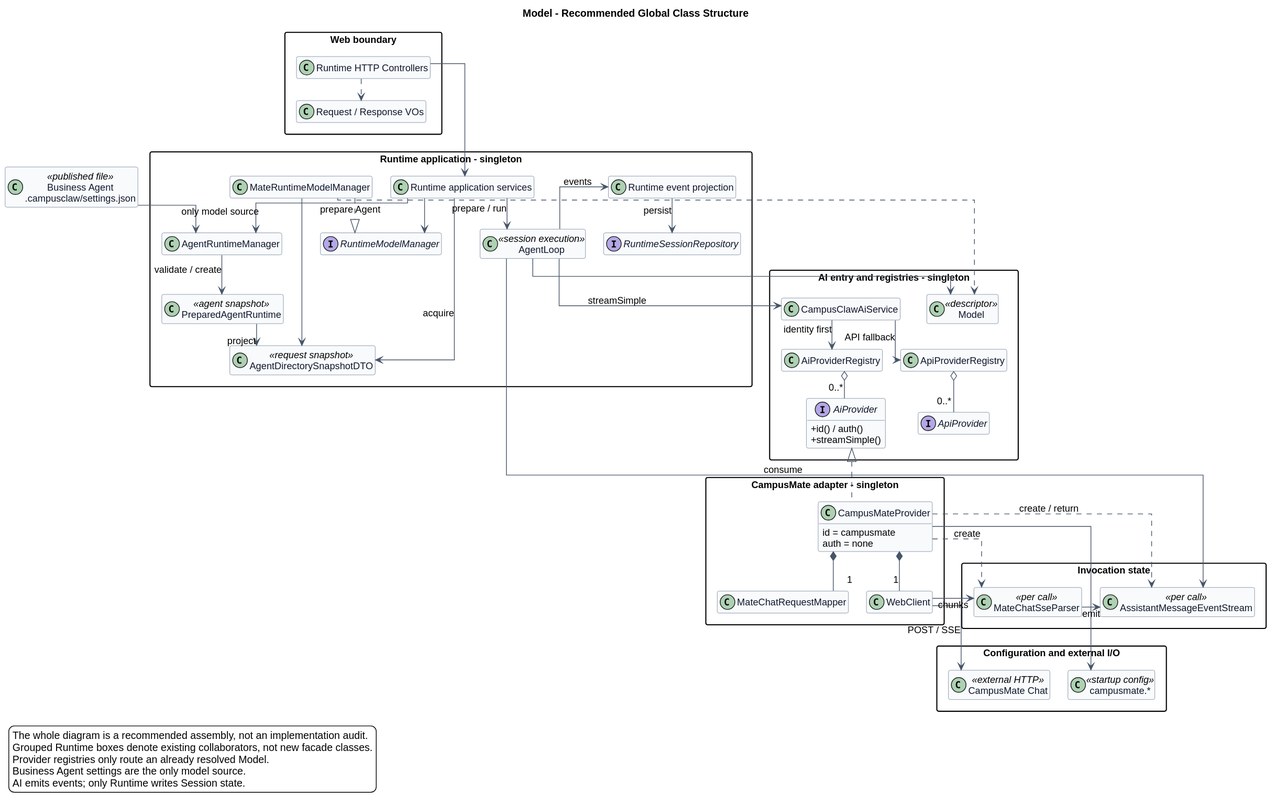
Above: 02-服务与接口/03-Model/model-classes.svg in ssm0808/pi-mono-java-design (PlantUML), before the change. The source it was exported from:
```plantuml
@startuml

skinparam backgroundColor white
skinparam shadowing false
skinparam defaultFontName Arial
skinparam defaultFontSize 13
skinparam ArrowColor #475569
title Model - Recommended Global Class Structure
top to bottom direction
skinparam classAttributeIconSize 0
hide empty members
skinparam packageStyle rectangle
skinparam nodesep 25
skinparam ranksep 30
skinparam linetype ortho
skinparam class {
  BackgroundColor #F8FAFC
  BorderColor #64748B
  FontColor #0F172A
  BackgroundColor<<pending implementation>> #DBEAFE
  BorderColor<<pending implementation>> #2563EB
}

class "Business Agent\n.campusclaw/settings.json" as AgentSettings <<published file>>
package "Web boundary" as Web {
  class "Runtime HTTP Controllers" as Controllers
  class "Request / Response VOs" as VOs
}
package "Runtime application - singleton" as Runtime {
  class "Runtime application services" as Services
  class AgentRuntimeManager
  class PreparedAgentRuntime <<agent snapshot>>
  interface RuntimeModelManager
  class MateRuntimeModelManager
  class AgentDirectorySnapshotDTO <<request snapshot>>

  class AgentLoop <<session execution>>
  class "Runtime event projection" as Projection
  interface RuntimeSessionRepository
}
package "AI entry and registries - singleton" as AI {
  class CampusClawAiService
  class AiProviderRegistry
  interface AiProvider {
    +id() / auth()
    +streamSimple()
  }
  class ApiProviderRegistry
  interface ApiProvider
  class Model <<descriptor>>
}
package "CampusMate adapter - singleton" as Adapter {
  class CampusMateProvider {
    id = campusmate
    auth = none
  }
  class MateChatRequestMapper
  class WebClient
}
package "Invocation state" as Call {
  class MateChatSseParser <<per call>>
  class AssistantMessageEventStream <<per call>>
}
package "Configuration and external I/O" as IO {
  class "campusmate.*" as Config <<startup config>>
  class "CampusMate Chat" as Chat <<external HTTP>>
}

Controllers -down-> Services
Controllers ..> VOs
Services --> AgentRuntimeManager : prepare Agent
AgentSettings -down-> AgentRuntimeManager : only model source
AgentRuntimeManager --> PreparedAgentRuntime : validate / create
PreparedAgentRuntime --> AgentDirectorySnapshotDTO : project
Services --> RuntimeModelManager
MateRuntimeModelManager ..|> RuntimeModelManager
Services --> AgentDirectorySnapshotDTO : acquire
MateRuntimeModelManager --> AgentDirectorySnapshotDTO
MateRuntimeModelManager -[norank,dashed]-> Model
Services -down-> AgentLoop : prepare / run
AgentLoop -[norank]-> Model
AgentLoop -[norank]-> Projection : events
Projection --> RuntimeSessionRepository : persist

AgentLoop -down-> CampusClawAiService : streamSimple
CampusClawAiService -down-> AiProviderRegistry : identity first
AiProviderRegistry o-- "0..*" AiProvider
CampusClawAiService -down-> ApiProviderRegistry : API fallback
ApiProviderRegistry o-- "0..*" ApiProvider
CampusMateProvider .up.|> AiProvider
CampusMateProvider *-- "1" MateChatRequestMapper
CampusMateProvider *-- "1" WebClient
CampusMateProvider --> Config
CampusMateProvider ..> MateChatSseParser : create
CampusMateProvider ..> AssistantMessageEventStream : create / return
MateChatSseParser --> AssistantMessageEventStream : emit
AgentLoop -[norank]-> AssistantMessageEventStream : consume
WebClient --> Chat : POST / SSE
WebClient -[norank]-> MateChatSseParser : chunks

Controllers -[hidden]down-> Services
VOs -[hidden]down-> Services
Services -[hidden]down-> CampusClawAiService
CampusClawAiService -[hidden]down-> CampusMateProvider
MateChatRequestMapper -[hidden]right-> WebClient
MateChatSseParser -[hidden]right-> AssistantMessageEventStream

legend bottom left
The whole diagram is a recommended assembly, not an implementation audit.
Grouped Runtime boxes denote existing collaborators, not new facade classes.
Provider registries only route an already resolved Model.
Business Agent settings are the only model source.
AI emits events; only Runtime writes Session state.
endlegend
@enduml
```
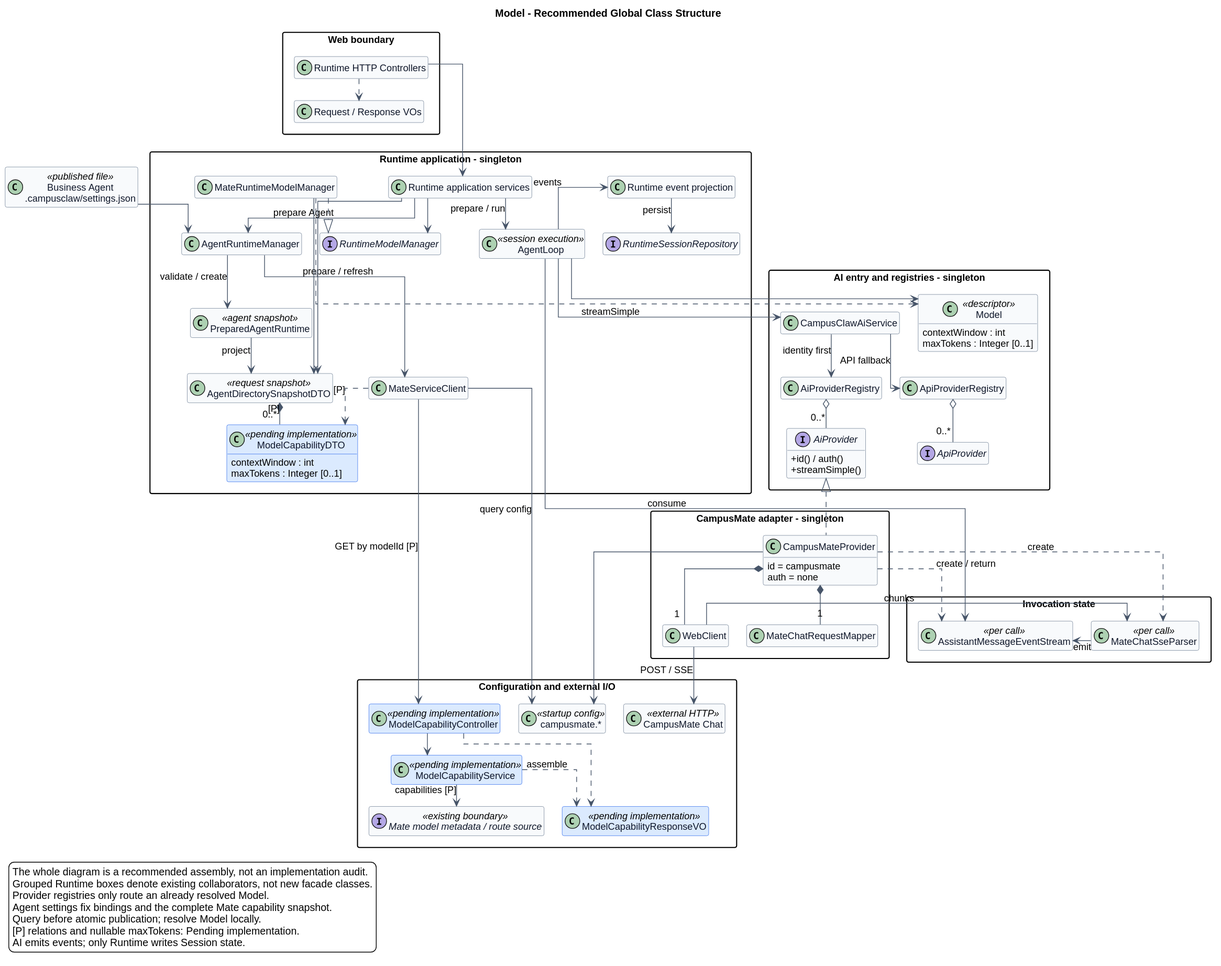
After the commit.

The edit, as a diff of the source:
```diff
@@ -29,6 +29,11 @@
 package "Runtime application - singleton" as Runtime {
   class "Runtime application services" as Services
   class AgentRuntimeManager
+  class MateServiceClient
+  class ModelCapabilityDTO <<pending implementation>> {
+    contextWindow : int
+    maxTokens : Integer [0..1]
+  }
   class PreparedAgentRuntime <<agent snapshot>>
   interface RuntimeModelManager
   class MateRuntimeModelManager
@@ -47,7 +52,10 @@
   }
   class ApiProviderRegistry
   interface ApiProvider
-  class Model <<descriptor>>
+  class Model <<descriptor>> {
+    contextWindow : int
+    maxTokens : Integer [0..1]
+  }
 }
 package "CampusMate adapter - singleton" as Adapter {
   class CampusMateProvider {
@@ -64,17 +72,30 @@
 package "Configuration and external I/O" as IO {
   class "campusmate.*" as Config <<startup config>>
   class "CampusMate Chat" as Chat <<external HTTP>>
+  class ModelCapabilityController <<pending implementation>>
+  class ModelCapabilityService <<pending implementation>>
+  class ModelCapabilityResponseVO <<pending implementation>>
+  interface "Mate model metadata / route source" as Metadata <<existing boundary>>
 }
 
 Controllers -down-> Services
 Controllers ..> VOs
 Services --> AgentRuntimeManager : prepare Agent
-AgentSettings -down-> AgentRuntimeManager : only model source
+AgentSettings -down-> AgentRuntimeManager
+AgentRuntimeManager --> MateServiceClient : prepare / refresh
+MateServiceClient --> Config : query config
+MateServiceClient --> ModelCapabilityController : GET by modelId [P]
+ModelCapabilityController --> ModelCapabilityService
+ModelCapabilityController ..> ModelCapabilityResponseVO
+ModelCapabilityService --> Metadata : capabilities [P]
+ModelCapabilityService ..> ModelCapabilityResponseVO : assemble
+MateServiceClient ..> ModelCapabilityDTO : [P]
+AgentDirectorySnapshotDTO *-- "0..*" ModelCapabilityDTO : [P]
 AgentRuntimeManager --> PreparedAgentRuntime : validate / create
 PreparedAgentRuntime --> AgentDirectorySnapshotDTO : project
 Services --> RuntimeModelManager
 MateRuntimeModelManager ..|> RuntimeModelManager
-Services --> AgentDirectorySnapshotDTO : acquire
+Services --> AgentDirectorySnapshotDTO
 MateRuntimeModelManager --> AgentDirectorySnapshotDTO
 MateRuntimeModelManager -[norank,dashed]-> Model
 Services -down-> AgentLoop : prepare / run
@@ -109,7 +130,9 @@
 The whole diagram is a recommended assembly, not an implementation audit.
 Grouped Runtime boxes denote existing collaborators, not new facade classes.
 Provider registries only route an already resolved Model.
-Business Agent settings are the only model source.
+Agent settings fix bindings and the complete Mate capability snapshot.
+Query before atomic publication; resolve Model locally.
+[P] relations and nullable maxTokens: Pending implementation.
 AI emits events; only Runtime writes Session state.
 endlegend
 @enduml
```
